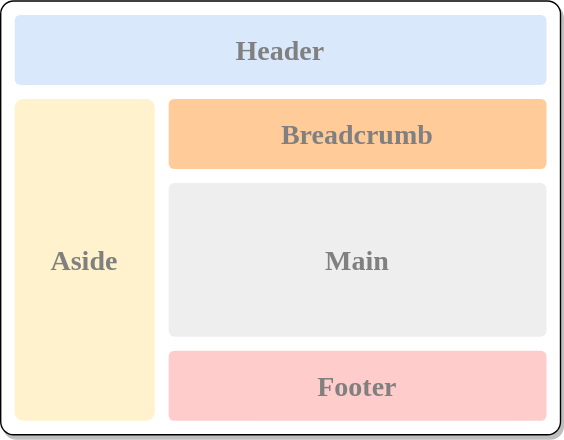
Above: assets/admin-classic.svg in TerryZ/v-layouts (draw.io), before the change. Source tidied: cells renumbered, new cells last; positions are measured from the earlier drawing's top-left corner, leaving out a move shared by most shapes. The source it was exported from:
```xml
<mxGraphModel>
  <root>
    <mxCell id="0" />
    <mxCell id="1" parent="0" />
    <mxCell id="2" style="rounded=1;whiteSpace=wrap;html=1;glass=0;sketch=0;shadow=1;arcSize=3;fontFamily=Verdana;fontSize=20;fontStyle=1;fontColor=#808080;" parent="1" vertex="1">
      <mxGeometry width="400" height="310" as="geometry" />
    </mxCell>
    <mxCell id="3" value="Header" style="rounded=1;whiteSpace=wrap;html=1;shadow=0;glass=0;sketch=0;arcSize=8;fillColor=#dae8fc;strokeColor=none;fontFamily=Verdana;fontSize=20;fontStyle=1;fontColor=#808080;" parent="1" vertex="1">
      <mxGeometry x="10" y="10" width="380" height="50" as="geometry" />
    </mxCell>
    <mxCell id="4" value="Aside" style="rounded=1;whiteSpace=wrap;html=1;shadow=0;glass=0;sketch=0;arcSize=6;fillColor=#fff2cc;strokeColor=none;fontFamily=Verdana;fontSize=20;fontStyle=1;fontColor=#808080;" parent="1" vertex="1">
      <mxGeometry x="10" y="70" width="100" height="230" as="geometry" />
    </mxCell>
    <mxCell id="5" value="Breadcrumb" style="rounded=1;whiteSpace=wrap;html=1;shadow=0;glass=0;sketch=0;arcSize=8;fillColor=#ffcc99;strokeColor=none;fontFamily=Verdana;fontSize=20;fontStyle=1;fontColor=#808080;" parent="1" vertex="1">
      <mxGeometry x="120" y="70" width="270" height="50" as="geometry" />
    </mxCell>
    <mxCell id="6" value="Main" style="rounded=1;whiteSpace=wrap;html=1;shadow=0;glass=0;sketch=0;arcSize=4;fillColor=#eeeeee;strokeColor=none;fontFamily=Verdana;fontSize=20;fontStyle=1;fontColor=#808080;" parent="1" vertex="1">
      <mxGeometry x="120" y="130" width="270" height="110" as="geometry" />
    </mxCell>
    <mxCell id="7" value="Footer" style="rounded=1;whiteSpace=wrap;html=1;shadow=0;glass=0;sketch=0;arcSize=8;fillColor=#ffcccc;strokeColor=none;fontFamily=Verdana;fontSize=20;fontStyle=1;fontColor=#808080;" parent="1" vertex="1">
      <mxGeometry x="120" y="250" width="270" height="50" as="geometry" />
    </mxCell>
  </root>
</mxGraphModel>
```
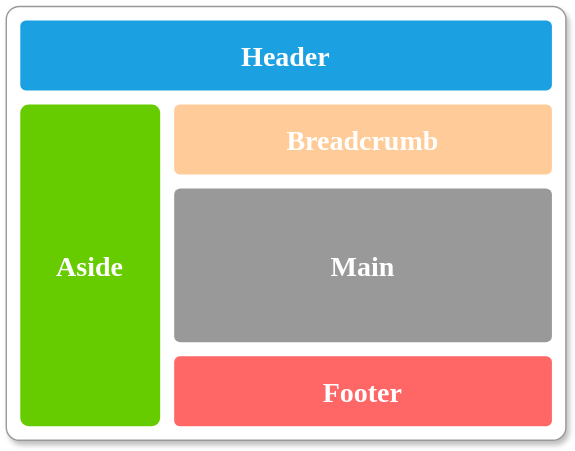
The same file after the commit.

What changed in the source:
```diff
@@ -2,22 +2,22 @@
   <root>
     <mxCell id="0" />
     <mxCell id="1" parent="0" />
-    <mxCell id="2" style="rounded=1;whiteSpace=wrap;html=1;glass=0;sketch=0;shadow=1;arcSize=3;fontFamily=Verdana;fontSize=20;fontStyle=1;fontColor=#808080;" parent="1" vertex="1">
+    <mxCell id="2" style="rounded=1;whiteSpace=wrap;html=1;glass=0;sketch=0;shadow=1;arcSize=3;fontFamily=Verdana;fontSize=20;fontStyle=1;fontColor=#FFFFFF;strokeColor=#999999;" parent="1" vertex="1">
       <mxGeometry width="400" height="310" as="geometry" />
     </mxCell>
-    <mxCell id="3" value="Header" style="rounded=1;whiteSpace=wrap;html=1;shadow=0;glass=0;sketch=0;arcSize=8;fillColor=#dae8fc;strokeColor=none;fontFamily=Verdana;fontSize=20;fontStyle=1;fontColor=#808080;" parent="1" vertex="1">
+    <mxCell id="3" value="Header" style="rounded=1;whiteSpace=wrap;html=1;shadow=0;glass=0;sketch=0;arcSize=8;fillColor=#1ba1e2;strokeColor=none;fontFamily=Verdana;fontSize=20;fontStyle=1;fontColor=#FFFFFF;" parent="1" vertex="1">
       <mxGeometry x="10" y="10" width="380" height="50" as="geometry" />
     </mxCell>
-    <mxCell id="4" value="Aside" style="rounded=1;whiteSpace=wrap;html=1;shadow=0;glass=0;sketch=0;arcSize=6;fillColor=#fff2cc;strokeColor=none;fontFamily=Verdana;fontSize=20;fontStyle=1;fontColor=#808080;" parent="1" vertex="1">
+    <mxCell id="4" value="Aside" style="rounded=1;whiteSpace=wrap;html=1;shadow=0;glass=0;sketch=0;arcSize=6;fillColor=#66CC00;strokeColor=none;fontFamily=Verdana;fontSize=20;fontStyle=1;fontColor=#FFFFFF;" parent="1" vertex="1">
       <mxGeometry x="10" y="70" width="100" height="230" as="geometry" />
     </mxCell>
-    <mxCell id="5" value="Breadcrumb" style="rounded=1;whiteSpace=wrap;html=1;shadow=0;glass=0;sketch=0;arcSize=8;fillColor=#ffcc99;strokeColor=none;fontFamily=Verdana;fontSize=20;fontStyle=1;fontColor=#808080;" parent="1" vertex="1">
+    <mxCell id="5" value="Breadcrumb" style="rounded=1;whiteSpace=wrap;html=1;shadow=0;glass=0;sketch=0;arcSize=8;fillColor=#ffcc99;strokeColor=none;fontFamily=Verdana;fontSize=20;fontStyle=1;fontColor=#FFFFFF;" parent="1" vertex="1">
       <mxGeometry x="120" y="70" width="270" height="50" as="geometry" />
     </mxCell>
-    <mxCell id="6" value="Main" style="rounded=1;whiteSpace=wrap;html=1;shadow=0;glass=0;sketch=0;arcSize=4;fillColor=#eeeeee;strokeColor=none;fontFamily=Verdana;fontSize=20;fontStyle=1;fontColor=#808080;" parent="1" vertex="1">
+    <mxCell id="6" value="Main" style="rounded=1;whiteSpace=wrap;html=1;shadow=0;glass=0;sketch=0;arcSize=4;fillColor=#999999;strokeColor=none;fontFamily=Verdana;fontSize=20;fontStyle=1;fontColor=#FFFFFF;" parent="1" vertex="1">
       <mxGeometry x="120" y="130" width="270" height="110" as="geometry" />
     </mxCell>
-    <mxCell id="7" value="Footer" style="rounded=1;whiteSpace=wrap;html=1;shadow=0;glass=0;sketch=0;arcSize=8;fillColor=#ffcccc;strokeColor=none;fontFamily=Verdana;fontSize=20;fontStyle=1;fontColor=#808080;" parent="1" vertex="1">
+    <mxCell id="7" value="Footer" style="rounded=1;whiteSpace=wrap;html=1;shadow=0;glass=0;sketch=0;arcSize=8;fillColor=#FF6666;strokeColor=none;fontFamily=Verdana;fontSize=20;fontStyle=1;fontColor=#FFFFFF;" parent="1" vertex="1">
       <mxGeometry x="120" y="250" width="270" height="50" as="geometry" />
     </mxCell>
   </root>
```
